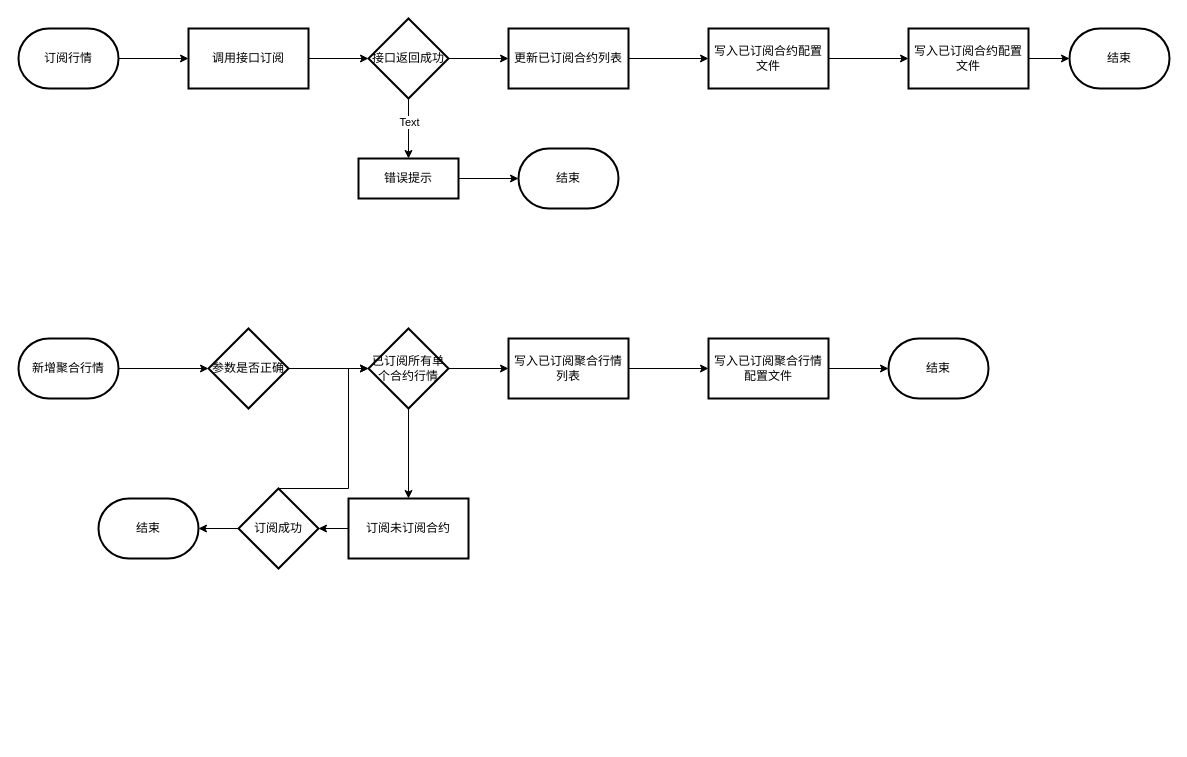
Before: Untitled Diagram.drawio in githubLogger/ProjectDocument, a draw.io diagram. Source tidied: cells renumbered, new cells numbered last; positions are measured from the earlier drawing's top-left corner, leaving out a move shared by most shapes. Both pictures are drawn from the tidied source at 100%, with x=0, y=0 at pixel (18, 18).
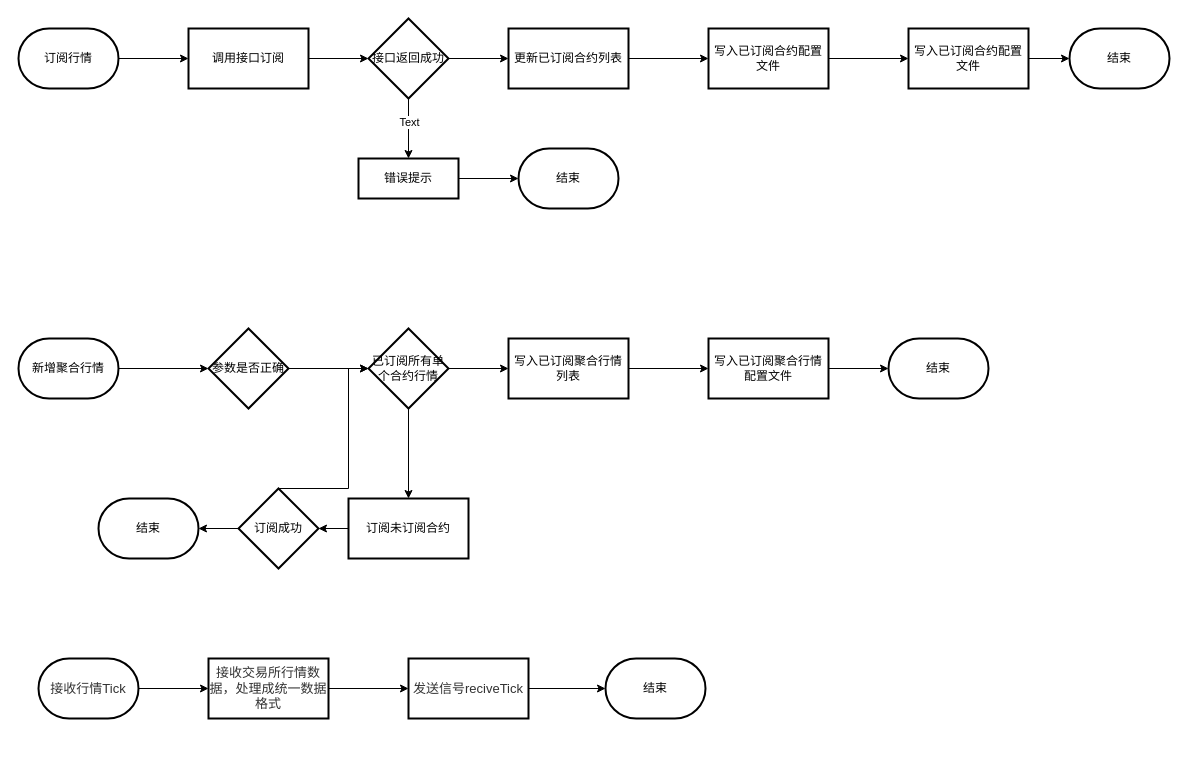
The same page after the edit.

Diff of the diagram source:
```diff
@@
+    <mxCell id="38" style="edgeStyle=orthogonalEdgeStyle;rounded=0;jettySize=auto;html=1;" parent="1" edge="1" source="39" target="41">
+      <mxGeometry relative="1" as="geometry" />
+    </mxCell>
+    <mxCell id="39" value="&lt;span style=&quot;color: rgb(50 , 50 , 50) ; font-family: &amp;#34;arial&amp;#34; ; font-size: 13px ; background-color: rgba(255 , 255 , 255 , 0.01)&quot;&gt;接收&lt;/span&gt;&lt;span style=&quot;color: rgb(50 , 50 , 50) ; font-family: &amp;#34;arial&amp;#34; ; font-size: 13px ; background-color: rgba(255 , 255 , 255 , 0.01)&quot;&gt;行情Tick&lt;/span&gt;" style="strokeWidth=2;html=1;shape=mxgraph.flowchart.terminator;whiteSpace=wrap;" parent="1" vertex="1">
+      <mxGeometry x="20" y="640" width="100" height="60" as="geometry" />
+    </mxCell>
+    <mxCell id="40" style="edgeStyle=orthogonalEdgeStyle;rounded=0;jettySize=auto;html=1;" parent="1" edge="1" source="41" target="43">
+      <mxGeometry relative="1" as="geometry" />
+    </mxCell>
+    <mxCell id="41" value="&#10;&#10;&lt;span style=&quot;color: rgb(50, 50, 50); font-family: arial; font-size: 13px; font-style: normal; font-weight: 400; letter-spacing: normal; text-align: center; text-indent: 0px; text-transform: none; word-spacing: 0px; background-color: rgba(255, 255, 255, 0.01); display: inline; float: none;&quot;&gt;接收交易所行情数据，处理成统一数据格式&lt;/span&gt;&#10;&#10;" style="whiteSpace=wrap;html=1;strokeWidth=2;" parent="1" vertex="1">
+      <mxGeometry x="190" y="640" width="120" height="60" as="geometry" />
+    </mxCell>
+    <mxCell id="42" style="edgeStyle=orthogonalEdgeStyle;rounded=0;jettySize=auto;html=1;" parent="1" edge="1" source="43" target="44">
+      <mxGeometry relative="1" as="geometry" />
+    </mxCell>
+    <mxCell id="43" value="&lt;span style=&quot;color: rgb(50 , 50 , 50) ; font-family: &amp;#34;arial&amp;#34; ; font-size: 13px ; background-color: rgba(255 , 255 , 255 , 0.01)&quot;&gt;发送信号reciveTick&lt;/span&gt;" style="whiteSpace=wrap;html=1;strokeWidth=2;" parent="1" vertex="1">
+      <mxGeometry x="390" y="640" width="120" height="60" as="geometry" />
+    </mxCell>
+    <mxCell id="44" value="结束" style="strokeWidth=2;html=1;shape=mxgraph.flowchart.terminator;whiteSpace=wrap;" parent="1" vertex="1">
+      <mxGeometry x="587" y="640" width="100" height="60" as="geometry" />
+    </mxCell>
```
